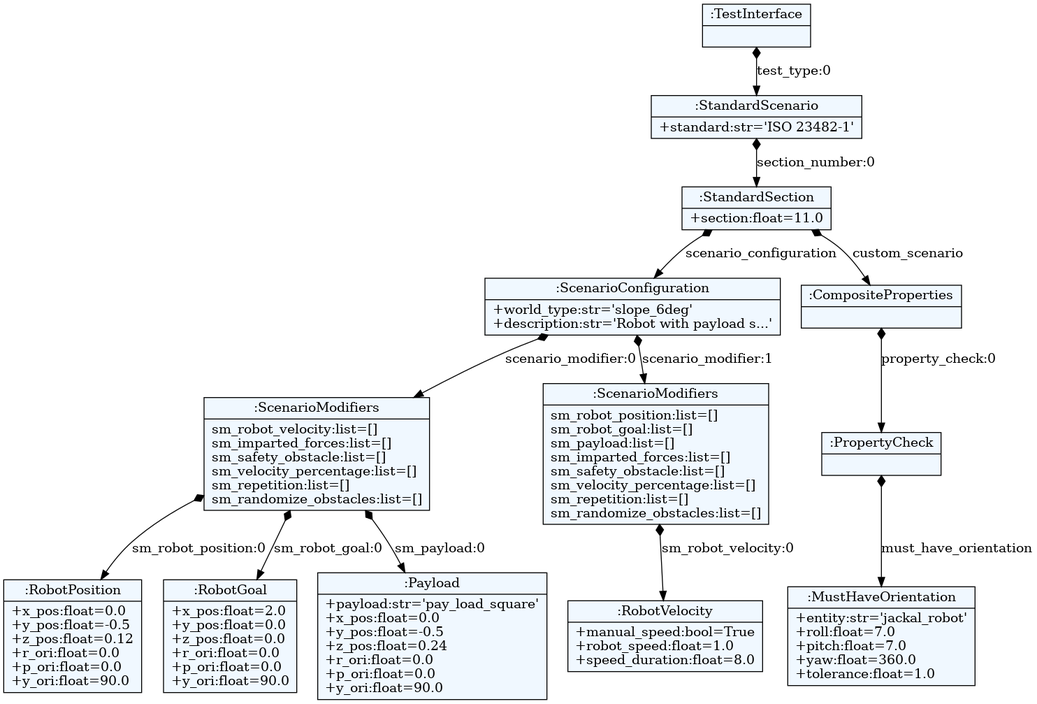
Above: src/property_based_tester/property_based_language_generation/test_definitions.dot.png in SOHAIL1996/property_based_tester (Graphviz), before the change. Its source is kept beside it as src/property_based_tester/property_based_language_generation/test_definitions.dot.
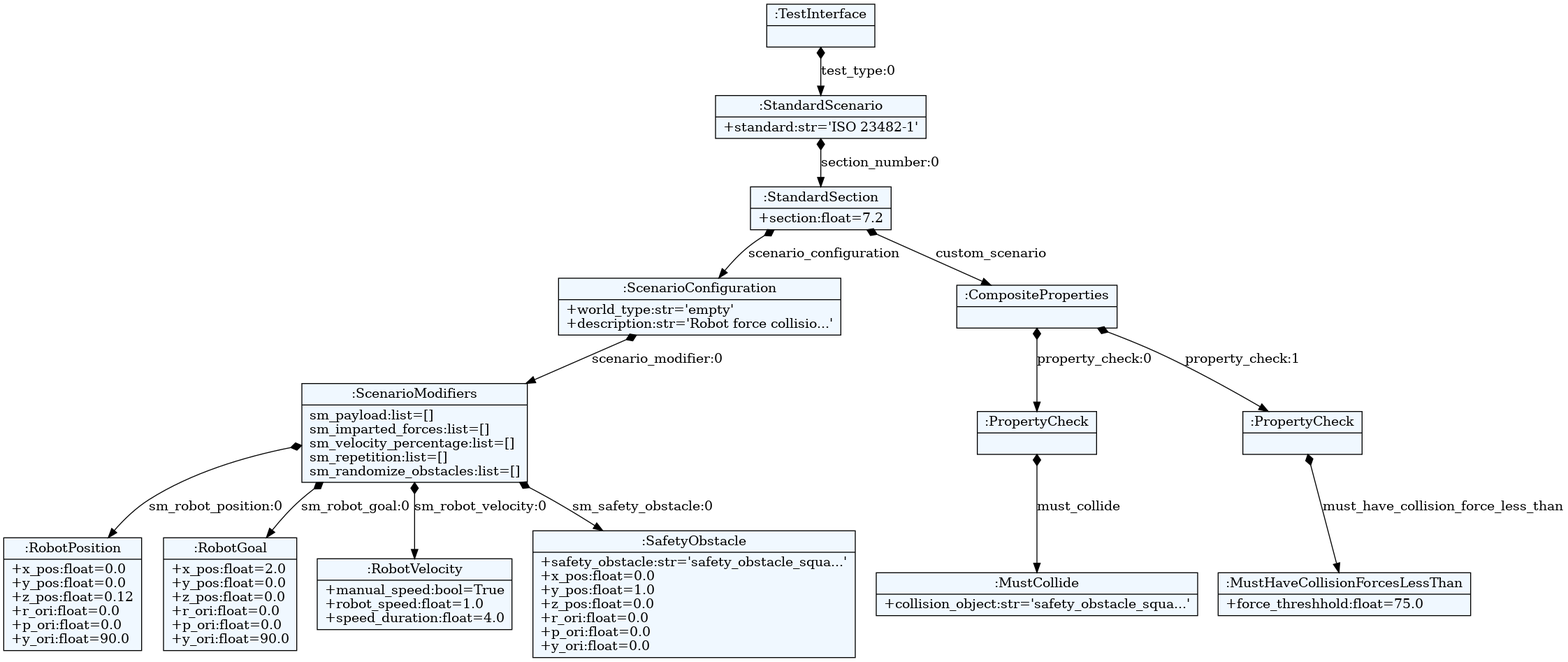
After the change.

Commit message:
Update on ISO 23482-1 7.2 goal position

What changed in the source:
```diff
@@ -10,30 +10,32 @@
     edge[dir=black,arrowtail=empty]
 
 
-139774511078464 -> 139774511076832 [label="test_type:0" arrowtail=diamond dir=both]
-139774511076832 -> 139774511076976 [label="section_number:0" arrowtail=diamond dir=both]
-139774511076976 -> 139774511077456 [label="scenario_configuration" arrowtail=diamond dir=both]
-139774511077456 -> 139774511077792 [label="scenario_modifier:0" arrowtail=diamond dir=both]
-139774511077792 -> 139774511078752 [label="sm_robot_position:0" arrowtail=diamond dir=both]
-139774511078752[label="{:RobotPosition|+x_pos:float=0.0\l+y_pos:float=-0.5\l+z_pos:float=0.12\l+r_ori:float=0.0\l+p_ori:float=0.0\l+y_ori:float=90.0\l}"]
-139774511077792 -> 139774511079376 [label="sm_robot_goal:0" arrowtail=diamond dir=both]
-139774511079376[label="{:RobotGoal|+x_pos:float=2.0\l+y_pos:float=0.0\l+z_pos:float=0.0\l+r_ori:float=0.0\l+p_ori:float=0.0\l+y_ori:float=90.0\l}"]
-139774511077792 -> 139774511078608 [label="sm_payload:0" arrowtail=diamond dir=both]
-139774511078608[label="{:Payload|+payload:str='pay_load_square'\l+x_pos:float=0.0\l+y_pos:float=-0.5\l+z_pos:float=0.24\l+r_ori:float=0.0\l+p_ori:float=0.0\l+y_ori:float=90.0\l}"]
-139774511077792[label="{:ScenarioModifiers|sm_robot_velocity:list=[]\lsm_imparted_forces:list=[]\lsm_safety_obstacle:list=[]\lsm_velocity_percentage:list=[]\lsm_repetition:list=[]\lsm_randomize_obstacles:list=[]\l}"]
-139774511077456 -> 139774511077744 [label="scenario_modifier:1" arrowtail=diamond dir=both]
-139774511077744 -> 139774511024544 [label="sm_robot_velocity:0" arrowtail=diamond dir=both]
-139774511024544[label="{:RobotVelocity|+manual_speed:bool=True\l+robot_speed:float=1.0\l+speed_duration:float=8.0\l}"]
-139774511077744[label="{:ScenarioModifiers|sm_robot_position:list=[]\lsm_robot_goal:list=[]\lsm_payload:list=[]\lsm_imparted_forces:list=[]\lsm_safety_obstacle:list=[]\lsm_velocity_percentage:list=[]\lsm_repetition:list=[]\lsm_randomize_obstacles:list=[]\l}"]
-139774511077456[label="{:ScenarioConfiguration|+world_type:str='slope_6deg'\l+description:str='Robot with payload s...'\l}"]
-139774511076976 -> 139774511077408 [label="custom_scenario" arrowtail=diamond dir=both]
-139774511077408 -> 139774510956400 [label="property_check:0" arrowtail=diamond dir=both]
-139774510956400 -> 139774510953424 [label="must_have_orientation" arrowtail=diamond dir=both]
-139774510953424[label="{:MustHaveOrientation|+entity:str='jackal_robot'\l+roll:float=7.0\l+pitch:float=7.0\l+yaw:float=360.0\l+tolerance:float=1.0\l}"]
-139774510956400[label="{:PropertyCheck|}"]
-139774511077408[label="{:CompositeProperties|}"]
-139774511076976[label="{:StandardSection|+section:float=11.0\l}"]
-139774511076832[label="{:StandardScenario|+standard:str='ISO 23482-1'\l}"]
-139774511078464[label="{:TestInterface|}"]
+140522623145968 -> 140522623145584 [label="test_type:0" arrowtail=diamond dir=both]
+140522623145584 -> 140522623144816 [label="section_number:0" arrowtail=diamond dir=both]
+140522623144816 -> 140522623144336 [label="scenario_configuration" arrowtail=diamond dir=both]
+140522623144336 -> 140522623144192 [label="scenario_modifier:0" arrowtail=diamond dir=both]
+140522623144192 -> 140522623265280 [label="sm_robot_position:0" arrowtail=diamond dir=both]
+140522623265280[label="{:RobotPosition|+x_pos:float=0.0\l+y_pos:float=0.0\l+z_pos:float=0.12\l+r_ori:float=0.0\l+p_ori:float=0.0\l+y_ori:float=90.0\l}"]
+140522623144192 -> 140522623266048 [label="sm_robot_goal:0" arrowtail=diamond dir=both]
+140522623266048[label="{:RobotGoal|+x_pos:float=2.0\l+y_pos:float=0.0\l+z_pos:float=0.0\l+r_ori:float=0.0\l+p_ori:float=0.0\l+y_ori:float=90.0\l}"]
+140522623144192 -> 140522623266096 [label="sm_robot_velocity:0" arrowtail=diamond dir=both]
+140522623266096[label="{:RobotVelocity|+manual_speed:bool=True\l+robot_speed:float=1.0\l+speed_duration:float=4.0\l}"]
+140522623144192 -> 140522623265760 [label="sm_safety_obstacle:0" arrowtail=diamond dir=both]
+140522623265760[label="{:SafetyObstacle|+safety_obstacle:str='safety_obstacle_squa...'\l+x_pos:float=0.0\l+y_pos:float=1.0\l+z_pos:float=0.0\l+r_ori:float=0.0\l+p_ori:float=0.0\l+y_ori:float=0.0\l}"]
+140522623144192[label="{:ScenarioModifiers|sm_payload:list=[]\lsm_imparted_forces:list=[]\lsm_velocity_percentage:list=[]\lsm_repetition:list=[]\lsm_randomize_obstacles:list=[]\l}"]
+140522623144336[label="{:ScenarioConfiguration|+world_type:str='empty'\l+description:str='Robot force collisio...'\l}"]
+140522623144816 -> 140522623144000 [label="custom_scenario" arrowtail=diamond dir=both]
+140522623144000 -> 140522623265808 [label="property_check:0" arrowtail=diamond dir=both]
+140522623265808 -> 140522623264992 [label="must_collide" arrowtail=diamond dir=both]
+140522623264992[label="{:MustCollide|+collision_object:str='safety_obstacle_squa...'\l}"]
+140522623265808[label="{:PropertyCheck|}"]
+140522623144000 -> 140522623264944 [label="property_check:1" arrowtail=diamond dir=both]
+140522623264944 -> 140522623264704 [label="must_have_collision_force_less_than" arrowtail=diamond dir=both]
+140522623264704[label="{:MustHaveCollisionForcesLessThan|+force_threshhold:float=75.0\l}"]
+140522623264944[label="{:PropertyCheck|}"]
+140522623144000[label="{:CompositeProperties|}"]
+140522623144816[label="{:StandardSection|+section:float=7.2\l}"]
+140522623145584[label="{:StandardScenario|+standard:str='ISO 23482-1'\l}"]
+140522623145968[label="{:TestInterface|}"]
 
 }
```
